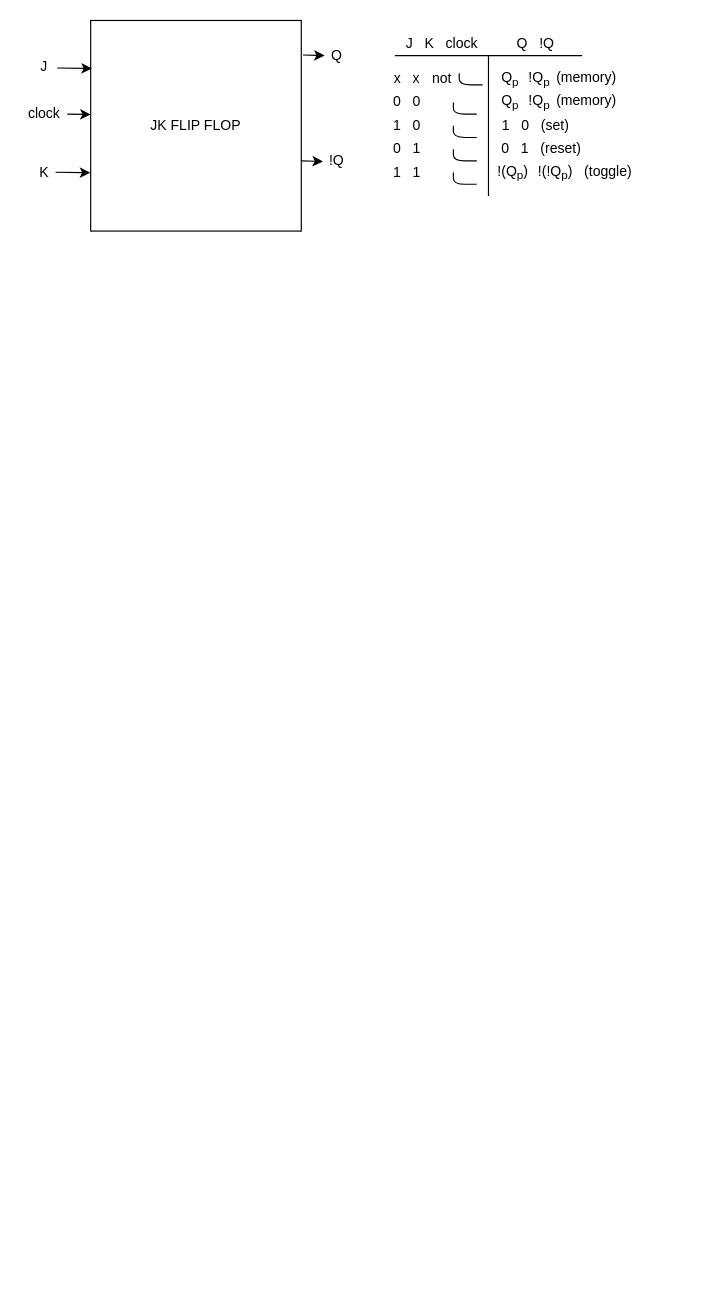
patrick965/CSCS1200S21 keeps this draw.io diagram as page "Page-4" (4 of 4) of CSCS1200 Notes.drawio. Above is the earlier version. Source tidied: cells renumbered, new cells numbered last; positions are measured from the earlier drawing's top-left corner, leaving out a move shared by most shapes. Both pictures are drawn from the tidied source at 117%, with x=0, y=0 at pixel (20, 20).
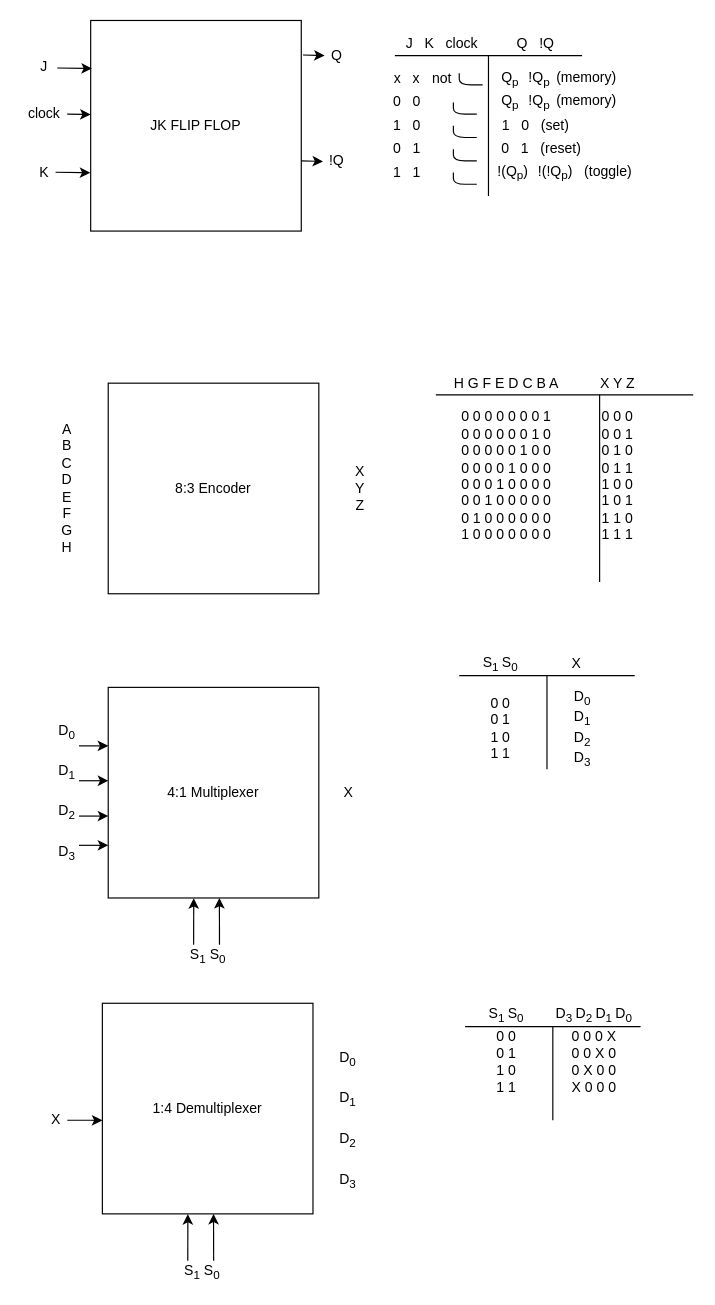
The same diagram, later.

Commit message:
Added black boxes and truth tables

Change to the diagram source:
```diff
@@
+    <mxCell id="33" value="8:3 Encoder" style="whiteSpace=wrap;html=1;" parent="1" vertex="1">
+      <mxGeometry x="75" y="310" width="180" height="180" as="geometry" />
+    </mxCell>
+    <mxCell id="34" value="&lt;div&gt;A&lt;/div&gt;&lt;div&gt;B&lt;/div&gt;&lt;div&gt;C&lt;/div&gt;&lt;div&gt;D&lt;/div&gt;&lt;div&gt;E&lt;/div&gt;&lt;div&gt;F&lt;/div&gt;&lt;div&gt;G&lt;/div&gt;&lt;div&gt;H&lt;br&gt;&lt;/div&gt;" style="text;html=1;strokeColor=none;fillColor=none;align=center;verticalAlign=middle;whiteSpace=wrap;rounded=0;" parent="1" vertex="1">
+      <mxGeometry x="20" y="390" width="40" height="20" as="geometry" />
+    </mxCell>
+    <mxCell id="35" value="&lt;div&gt;X&lt;/div&gt;&lt;div&gt;Y&lt;/div&gt;&lt;div&gt;Z&lt;br&gt;&lt;/div&gt;" style="text;html=1;align=center;verticalAlign=middle;strokeColor=none;" parent="1" vertex="1">
+      <mxGeometry x="280" y="375" width="20" height="50" as="geometry" />
+    </mxCell>
+    <mxCell id="36" style="endArrow=none;html=1;strokeColor=#000000;" parent="1" edge="1">
+      <mxGeometry relative="1" as="geometry">
+        <mxPoint x="495" y="480" as="sourcePoint" />
+        <mxPoint x="495" y="320" as="targetPoint" />
+      </mxGeometry>
+    </mxCell>
+    <mxCell id="37" style="endArrow=none;html=1;strokeColor=#000000;" parent="1" edge="1">
+      <mxGeometry relative="1" as="geometry">
+        <mxPoint x="575" y="320" as="sourcePoint" />
+        <mxPoint x="355" y="320" as="targetPoint" />
+      </mxGeometry>
+    </mxCell>
+    <mxCell id="38" value="&lt;div&gt;H G F E D C B A &lt;br&gt;&lt;/div&gt;&lt;div&gt;&lt;br&gt;&lt;/div&gt;&lt;div&gt;0 0 0 0 0 0 0 1&lt;/div&gt;&lt;div&gt;0 0 0 0 0 0 1 0&lt;/div&gt;&lt;div&gt;0 0 0 0 0 1 0 0&lt;/div&gt;&lt;div&gt;0 0 0 0 1 0 0 0&lt;/div&gt;&lt;div&gt;0 0 0 1 0 0 0 0&lt;/div&gt;&lt;div&gt;0 0 1 0 0 0 0 0&lt;/div&gt;&lt;div&gt;0 1 0 0 0 0 0 0&lt;/div&gt;&lt;div&gt;1 0 0 0 0 0 0 0&lt;/div&gt;" style="text;html=1;align=center;verticalAlign=middle;strokeColor=none;" parent="1" vertex="1">
+      <mxGeometry x="365" y="300" width="100" height="150" as="geometry" />
+    </mxCell>
+    <mxCell id="39" value="&lt;div&gt;X Y Z&lt;/div&gt;&lt;div&gt;&lt;br&gt;&lt;/div&gt;&lt;div&gt;0 0 0&lt;/div&gt;&lt;div&gt;0 0 1&lt;/div&gt;&lt;div&gt;0 1 0&lt;/div&gt;&lt;div&gt;0 1 1&lt;/div&gt;&lt;div&gt;1 0 0&lt;/div&gt;&lt;div&gt;1 0 1&lt;/div&gt;&lt;div&gt;1 1 0&lt;/div&gt;&lt;div&gt;1 1 1&lt;br&gt;&lt;/div&gt;" style="text;html=1;align=center;verticalAlign=middle;strokeColor=none;" parent="1" vertex="1">
+      <mxGeometry x="490" y="300" width="40" height="150" as="geometry" />
+    </mxCell>
+    <mxCell id="40" value="4:1 Multiplexer" style="whiteSpace=wrap;html=1;" parent="1" vertex="1">
+      <mxGeometry x="75" y="570" width="180" height="180" as="geometry" />
+    </mxCell>
+    <mxCell id="41" value="&lt;div&gt;D&lt;sub&gt;0&lt;/sub&gt;&lt;/div&gt;&lt;div&gt;&lt;sub&gt;&lt;br&gt;&lt;/sub&gt;&lt;/div&gt;&lt;div&gt;D&lt;sub&gt;1&lt;/sub&gt;&lt;/div&gt;&lt;div&gt;&lt;sub&gt;&lt;br&gt;&lt;/sub&gt;&lt;/div&gt;&lt;div&gt;D&lt;sub&gt;2&lt;/sub&gt;&lt;/div&gt;&lt;div&gt;&lt;sub&gt;&lt;br&gt;&lt;/sub&gt;&lt;/div&gt;&lt;div&gt;D&lt;sub&gt;3&lt;/sub&gt;&lt;br&gt;&lt;sub&gt;&lt;/sub&gt;&lt;/div&gt;" style="text;html=1;strokeColor=none;fillColor=none;align=center;verticalAlign=middle;whiteSpace=wrap;rounded=0;" parent="1" vertex="1">
+      <mxGeometry x="20" y="650" width="40" height="20" as="geometry" />
+    </mxCell>
+    <mxCell id="42" value="X" style="text;html=1;align=center;verticalAlign=middle;strokeColor=none;" parent="1" vertex="1">
+      <mxGeometry x="270" y="650" width="20" height="20" as="geometry" />
+    </mxCell>
+    <mxCell id="43" value="S&lt;sub&gt;1&lt;/sub&gt; S&lt;sub&gt;0&lt;/sub&gt;" style="text;html=1;align=center;verticalAlign=middle;strokeColor=none;" parent="1" vertex="1">
+      <mxGeometry x="135" y="790" width="50" height="20" as="geometry" />
+    </mxCell>
+    <mxCell id="44" style="endArrow=classic;html=1;strokeColor=#000000;entryX=0.406;entryY=1.001;entryDx=0;entryDy=0;entryPerimeter=0;" parent="1" edge="1" target="40">
+      <mxGeometry relative="1" as="geometry">
+        <mxPoint x="148" y="790" as="sourcePoint" />
+      </mxGeometry>
+    </mxCell>
+    <mxCell id="45" style="endArrow=classic;html=1;strokeColor=#000000;exitX=0.204;exitY=0.008;exitDx=0;exitDy=0;exitPerimeter=0;entryX=0.406;entryY=1.001;entryDx=0;entryDy=0;entryPerimeter=0;" parent="1" edge="1">
+      <mxGeometry relative="1" as="geometry">
+        <mxPoint x="170.1" y="790" as="sourcePoint" />
+        <mxPoint x="170" y="750" as="targetPoint" />
+      </mxGeometry>
+    </mxCell>
+    <mxCell id="46" style="endArrow=classic;html=1;strokeColor=#000000;entryX=0;entryY=0.75;entryDx=0;entryDy=0;" parent="1" edge="1" target="40">
+      <mxGeometry relative="1" as="geometry">
+        <mxPoint x="50" y="705" as="sourcePoint" />
+      </mxGeometry>
+    </mxCell>
+    <mxCell id="47" style="endArrow=classic;html=1;strokeColor=#000000;entryX=0;entryY=0.75;entryDx=0;entryDy=0;" parent="1" edge="1">
+      <mxGeometry relative="1" as="geometry">
+        <mxPoint x="50" y="680" as="sourcePoint" />
+        <mxPoint x="75" y="680" as="targetPoint" />
+      </mxGeometry>
+    </mxCell>
+    <mxCell id="48" style="endArrow=classic;html=1;strokeColor=#000000;entryX=0;entryY=0.75;entryDx=0;entryDy=0;" parent="1" edge="1">
+      <mxGeometry relative="1" as="geometry">
+        <mxPoint x="50" y="649.8" as="sourcePoint" />
+        <mxPoint x="75" y="649.8" as="targetPoint" />
+      </mxGeometry>
+    </mxCell>
+    <mxCell id="49" style="endArrow=classic;html=1;strokeColor=#000000;entryX=0;entryY=0.75;entryDx=0;entryDy=0;" parent="1" edge="1">
+      <mxGeometry relative="1" as="geometry">
+        <mxPoint x="50" y="620" as="sourcePoint" />
+        <mxPoint x="75" y="620" as="targetPoint" />
+      </mxGeometry>
+    </mxCell>
+    <mxCell id="50" style="endArrow=none;html=1;strokeColor=#000000;" parent="1" edge="1">
+      <mxGeometry relative="1" as="geometry">
+        <mxPoint x="450" y="640" as="sourcePoint" />
+        <mxPoint x="450" y="560" as="targetPoint" />
+      </mxGeometry>
+    </mxCell>
+    <mxCell id="51" style="endArrow=none;html=1;strokeColor=#000000;" parent="1" edge="1">
+      <mxGeometry relative="1" as="geometry">
+        <mxPoint x="375" y="560" as="sourcePoint" />
+        <mxPoint x="525" y="560" as="targetPoint" />
+      </mxGeometry>
+    </mxCell>
+    <mxCell id="52" value="S&lt;sub&gt;1 &lt;/sub&gt;S&lt;sub&gt;0&lt;/sub&gt;" style="text;html=1;align=center;verticalAlign=middle;strokeColor=none;" parent="1" vertex="1">
+      <mxGeometry x="385" y="540" width="50" height="20" as="geometry" />
+    </mxCell>
+    <mxCell id="53" value="X" style="text;html=1;align=center;verticalAlign=middle;strokeColor=none;" parent="1" vertex="1">
+      <mxGeometry x="465" y="540" width="20" height="20" as="geometry" />
+    </mxCell>
+    <mxCell id="54" value="&lt;div&gt;0 0 &lt;br&gt;&lt;/div&gt;&lt;div&gt;0 1&lt;/div&gt;&lt;div&gt;1 0&lt;/div&gt;&lt;div&gt;1 1&lt;br&gt;&lt;/div&gt;" style="text;html=1;align=center;verticalAlign=middle;strokeColor=none;" parent="1" vertex="1">
+      <mxGeometry x="395" y="575" width="30" height="60" as="geometry" />
+    </mxCell>
+    <mxCell id="55" value="&lt;div&gt;D&lt;sub&gt;0&lt;/sub&gt;&lt;/div&gt;&lt;div&gt;D&lt;sub&gt;1&lt;/sub&gt;&lt;/div&gt;&lt;div&gt;D&lt;sub&gt;2&lt;/sub&gt;&lt;/div&gt;&lt;div&gt;D&lt;sub&gt;3&lt;/sub&gt;&lt;br&gt;&lt;sub&gt;&lt;/sub&gt;&lt;/div&gt;" style="text;html=1;align=center;verticalAlign=middle;strokeColor=none;" parent="1" vertex="1">
+      <mxGeometry x="465" y="565" width="30" height="80" as="geometry" />
+    </mxCell>
+    <mxCell id="56" value="1:4 Demultiplexer" style="whiteSpace=wrap;html=1;" parent="1" vertex="1">
+      <mxGeometry x="70" y="840" width="180" height="180" as="geometry" />
+    </mxCell>
+    <mxCell id="57" style="edgeStyle=orthogonalEdgeStyle;rounded=0;jettySize=auto;html=1;entryX=0;entryY=0.556;entryDx=0;entryDy=0;entryPerimeter=0;strokeColor=#000000;" parent="1" edge="1" source="58" target="56">
+      <mxGeometry relative="1" as="geometry" />
+    </mxCell>
+    <mxCell id="58" value="X" style="text;html=1;align=center;verticalAlign=middle;points=[];strokeColor=none;" parent="1" vertex="1">
+      <mxGeometry x="20" y="930" width="20" height="20" as="geometry" />
+    </mxCell>
+    <mxCell id="59" value="S&lt;sub&gt;1&lt;/sub&gt; S&lt;sub&gt;0&lt;/sub&gt;" style="text;html=1;align=center;verticalAlign=middle;strokeColor=none;" parent="1" vertex="1">
+      <mxGeometry x="130" y="1060" width="50" height="20" as="geometry" />
+    </mxCell>
+    <mxCell id="60" style="endArrow=classic;html=1;strokeColor=#000000;entryX=0.406;entryY=1.001;entryDx=0;entryDy=0;entryPerimeter=0;" parent="1" edge="1" target="56">
+      <mxGeometry relative="1" as="geometry">
+        <mxPoint x="143" y="1060" as="sourcePoint" />
+      </mxGeometry>
+    </mxCell>
+    <mxCell id="61" style="endArrow=classic;html=1;strokeColor=#000000;exitX=0.204;exitY=0.008;exitDx=0;exitDy=0;exitPerimeter=0;entryX=0.406;entryY=1.001;entryDx=0;entryDy=0;entryPerimeter=0;" parent="1" edge="1">
+      <mxGeometry relative="1" as="geometry">
+        <mxPoint x="165.1" y="1060" as="sourcePoint" />
+        <mxPoint x="165" y="1020" as="targetPoint" />
+      </mxGeometry>
+    </mxCell>
+    <mxCell id="62" value="&lt;div&gt;D&lt;sub&gt;0&lt;/sub&gt;&lt;/div&gt;&lt;div&gt;&lt;sub&gt;&lt;br&gt;&lt;/sub&gt;&lt;/div&gt;&lt;div&gt;D&lt;sub&gt;1&lt;/sub&gt;&lt;/div&gt;&lt;div&gt;&lt;sub&gt;&lt;br&gt;&lt;/sub&gt;&lt;/div&gt;&lt;div&gt;D&lt;sub&gt;2&lt;/sub&gt;&lt;/div&gt;&lt;div&gt;&lt;sub&gt;&lt;br&gt;&lt;/sub&gt;&lt;/div&gt;&lt;div&gt;D&lt;sub&gt;3&lt;/sub&gt;&lt;br&gt;&lt;sub&gt;&lt;/sub&gt;&lt;/div&gt;" style="text;html=1;strokeColor=none;fillColor=none;align=center;verticalAlign=middle;whiteSpace=wrap;rounded=0;" parent="1" vertex="1">
+      <mxGeometry x="260" y="930" width="40" height="20" as="geometry" />
+    </mxCell>
+    <mxCell id="63" style="endArrow=none;html=1;strokeColor=#000000;" parent="1" edge="1">
+      <mxGeometry relative="1" as="geometry">
+        <mxPoint x="455" y="940" as="sourcePoint" />
+        <mxPoint x="455" y="860" as="targetPoint" />
+      </mxGeometry>
+    </mxCell>
+    <mxCell id="64" style="endArrow=none;html=1;strokeColor=#000000;" parent="1" edge="1">
+      <mxGeometry relative="1" as="geometry">
+        <mxPoint x="380" y="860" as="sourcePoint" />
+        <mxPoint x="530" y="860" as="targetPoint" />
+      </mxGeometry>
+    </mxCell>
+    <mxCell id="65" value="S&lt;sub&gt;1 &lt;/sub&gt;S&lt;sub&gt;0&lt;/sub&gt;" style="text;html=1;align=center;verticalAlign=middle;strokeColor=none;" parent="1" vertex="1">
+      <mxGeometry x="390" y="840" width="50" height="20" as="geometry" />
+    </mxCell>
+    <mxCell id="66" value="&lt;div&gt;D&lt;sub&gt;3 &lt;/sub&gt;D&lt;sub&gt;2 &lt;/sub&gt;D&lt;sub&gt;1 &lt;/sub&gt;D&lt;sub&gt;0&lt;/sub&gt;&lt;br&gt;&lt;/div&gt;" style="text;html=1;align=center;verticalAlign=middle;strokeColor=none;" parent="1" vertex="1">
+      <mxGeometry x="450" y="840" width="80" height="20" as="geometry" />
+    </mxCell>
+    <mxCell id="67" value="&lt;div&gt;0 0 &lt;br&gt;&lt;/div&gt;&lt;div&gt;0 1&lt;/div&gt;&lt;div&gt;1 0&lt;/div&gt;&lt;div&gt;1 1&lt;br&gt;&lt;/div&gt;" style="text;html=1;align=center;verticalAlign=middle;strokeColor=none;" parent="1" vertex="1">
+      <mxGeometry x="400" y="860" width="30" height="60" as="geometry" />
+    </mxCell>
+    <mxCell id="68" value="&lt;div&gt;0 0 0 X&lt;/div&gt;&lt;div&gt;0 0 X 0&lt;/div&gt;&lt;div&gt;0 X 0 0&lt;/div&gt;&lt;div&gt;X 0 0 0&lt;br&gt;&lt;/div&gt;" style="text;html=1;align=center;verticalAlign=middle;strokeColor=none;" parent="1" vertex="1">
+      <mxGeometry x="465" y="860" width="50" height="60" as="geometry" />
+    </mxCell>
```
